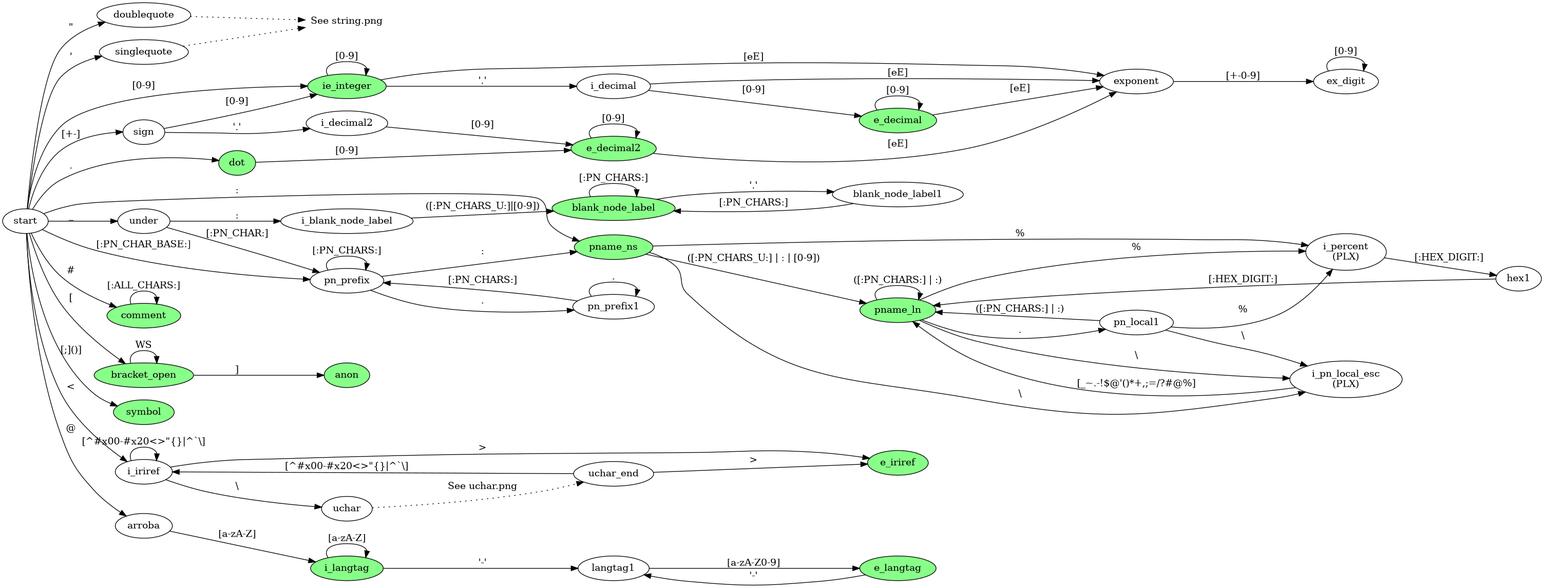
Earlier version of the Graphviz export design/automata.png (cnngimenez/SeA-turtle). Its source is kept beside it as design/automata.dot.
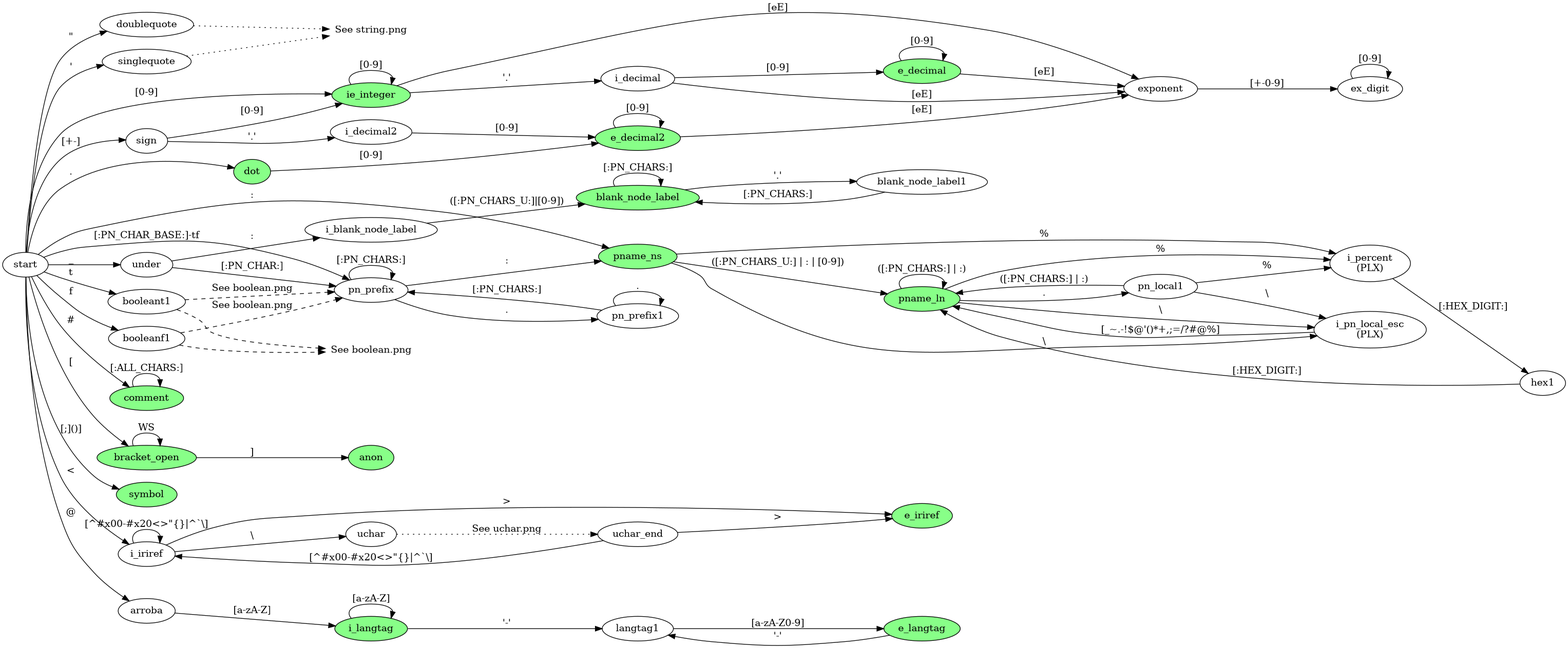
Later version of the same file.

Commit message:
Connecting automata.png with boolean.png diagrams.

Change to the diagram source:
```diff
@@ -9,6 +9,7 @@
         node [];
 
         see_string_png [shape=plaintext, label="See string.png"];
+        see_boolean_png [shape=plaintext, label="See boolean.png"];
         e_iriref [style=filled, fillcolor="#88ff88"];
         i_langtag [style=filled, fillcolor="#88ff88"];
         e_langtag [style=filled, fillcolor="#88ff88"];
@@ -89,8 +90,15 @@
         singlequote -> see_string_png [style=dotted];
 
         start -> pname_ns [label=":"];
-        start -> pn_prefix [label="[:PN_CHAR_BASE:]"]; // when "_" go to "under".
+        start -> pn_prefix [label="[:PN_CHAR_BASE:]-tf"];
         pn_prefix -> pname_ns [label=":"];
+
+        start -> booleant1 [label="t"];
+        booleant1 -> see_boolean_png [style=dashed];
+        booleant1 -> pn_prefix [style=dashed, label="See boolean.png"];
+        start -> booleanf1 [label="f"];
+        booleanf1 -> see_boolean_png [style=dashed];
+        booleanf1 -> pn_prefix [style=dashed, label="See boolean.png"];
 
 
 
```
